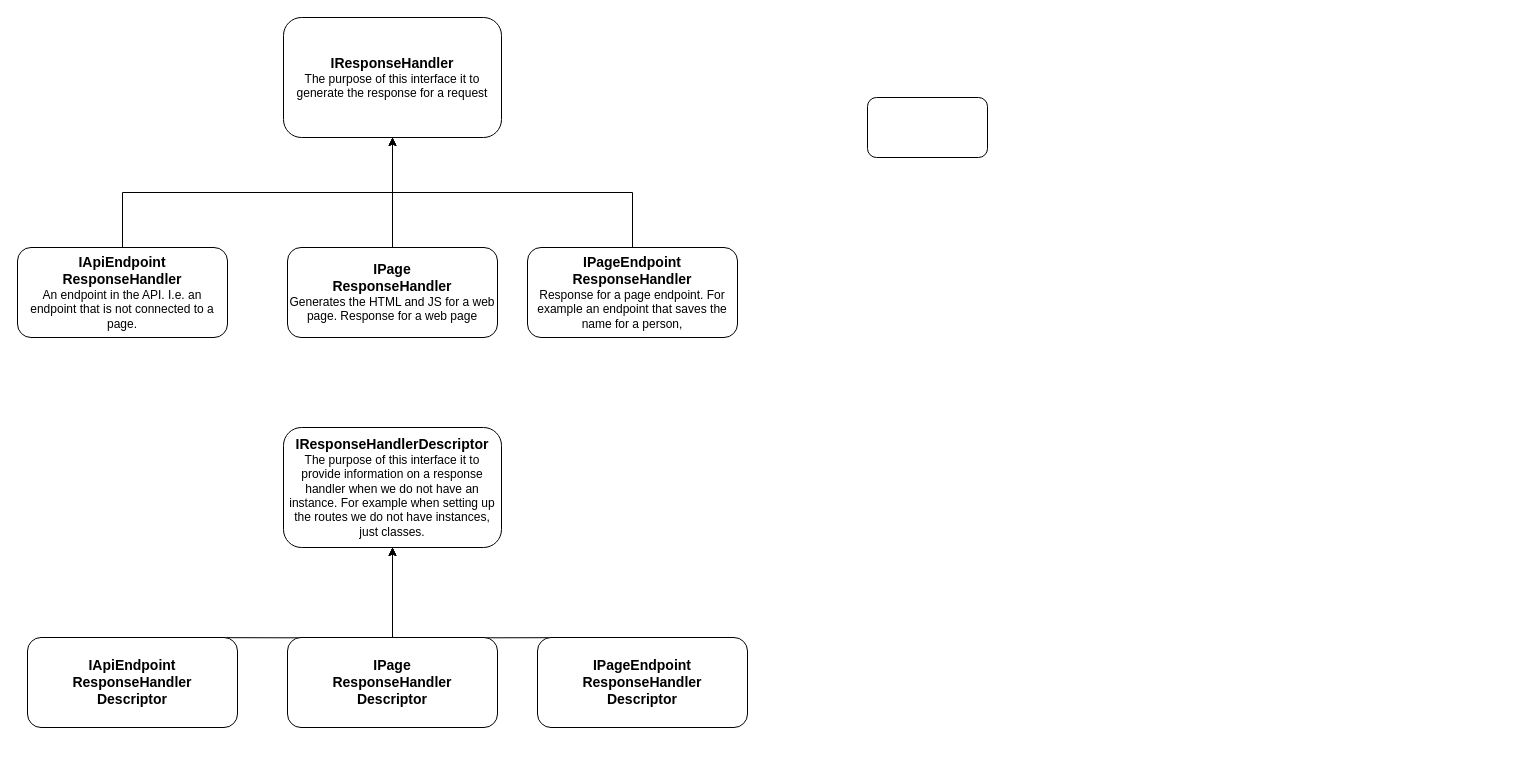
Before: diagram.drawio in Schinzel/web-blocks, a draw.io diagram. Source tidied: cells renumbered, new cells numbered last; positions are measured from the earlier drawing's top-left corner, leaving out a move shared by most shapes. Both pictures are drawn from the tidied source at 100%, with x=0, y=0 at pixel (17, 17).
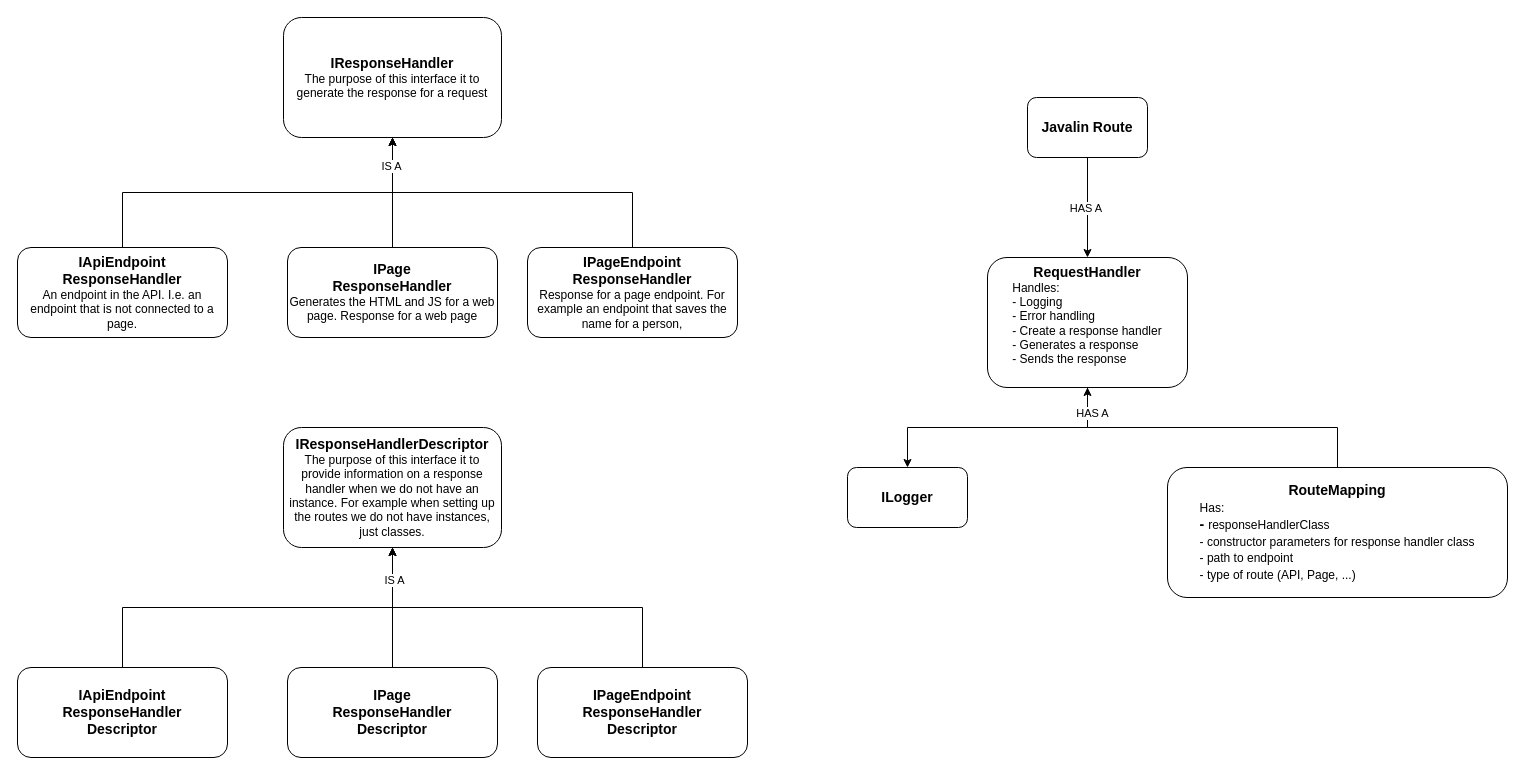
The same diagram, later.

The change refers to these unchanged cells:
```xml
<mxCell id="7" style="edgeStyle=orthogonalEdgeStyle;rounded=0;jettySize=auto;html=1;exitX=0.5;exitY=0;exitDx=0;exitDy=0;entryX=0.5;entryY=1;entryDx=0;entryDy=0;" parent="1" edge="1" source="8" target="2">
  <mxGeometry relative="1" as="geometry" />
</mxCell>
<mxCell id="9" value="&lt;b&gt;&lt;font style=&quot;font-size: 14px;&quot;&gt;IResponseHandlerDescriptor&lt;/font&gt;&lt;/b&gt;&lt;br&gt;The purpose of this interface it to provide information on a response handler when we do not have an instance. For example when setting up the routes we do not have instances, just classes." style="rounded=1;whiteSpace=wrap;html=1;" parent="1" vertex="1">
  <mxGeometry x="266" y="410" width="218" height="120" as="geometry" />
</mxCell>
```

The edit, as a diff of the source:
```diff
@@
+    <mxCell id="17" value="IS A" style="edgeLabel;html=1;align=center;verticalAlign=middle;" parent="7" vertex="1">
+      <mxGeometry x="0.85" y="2" relative="1" as="geometry" />
+    </mxCell>
@@
-    <mxCell id="10" style="edgeStyle=orthogonalEdgeStyle;rounded=0;jettySize=auto;html=1;exitX=0.5;exitY=0;exitDx=0;exitDy=0;entryX=0.5;entryY=1;entryDx=0;entryDy=0;" parent="1" edge="1" target="9">
-      <mxGeometry relative="1" as="geometry">
-        <mxPoint x="123" y="620" as="sourcePoint" />
-      </mxGeometry>
-    </mxCell>
+    <mxCell id="18" style="edgeStyle=orthogonalEdgeStyle;rounded=0;jettySize=auto;html=1;exitX=0.5;exitY=0;exitDx=0;exitDy=0;entryX=0.5;entryY=1;entryDx=0;entryDy=0;" parent="1" edge="1" source="11" target="9">
+      <mxGeometry relative="1" as="geometry" />
+    </mxCell>
     <mxCell id="11" value="&lt;font style=&quot;font-size: 14px;&quot;&gt;&lt;b&gt;IApiEndpoint&lt;br&gt;ResponseHandler&lt;br&gt;&lt;/b&gt;&lt;/font&gt;&lt;font style=&quot;font-size: 14px;&quot;&gt;&lt;b&gt;Descriptor&lt;/b&gt;&lt;/font&gt;&lt;br&gt;" style="rounded=1;whiteSpace=wrap;html=1;" parent="1" vertex="1">
-      <mxGeometry x="10" y="620" width="210" height="90" as="geometry" />
+      <mxGeometry y="650" width="210" height="90" as="geometry" />
     </mxCell>
-    <mxCell id="12" style="edgeStyle=orthogonalEdgeStyle;rounded=0;jettySize=auto;html=1;exitX=0.5;exitY=0;exitDx=0;exitDy=0;entryX=0.5;entryY=1;entryDx=0;entryDy=0;" parent="1" edge="1" target="9">
-      <mxGeometry relative="1" as="geometry">
-        <mxPoint x="623" y="620" as="sourcePoint" />
-      </mxGeometry>
-    </mxCell>
+    <mxCell id="19" style="edgeStyle=orthogonalEdgeStyle;rounded=0;jettySize=auto;html=1;exitX=0.5;exitY=0;exitDx=0;exitDy=0;entryX=0.5;entryY=1;entryDx=0;entryDy=0;" parent="1" edge="1" source="13" target="9">
+      <mxGeometry relative="1" as="geometry" />
+    </mxCell>
     <mxCell id="13" value="&lt;font style=&quot;font-size: 14px;&quot;&gt;&lt;b&gt;IPageEndpoint&lt;br&gt;ResponseHandler &lt;br&gt;Descriptor&lt;/b&gt;&lt;/font&gt;&lt;br&gt;" style="rounded=1;whiteSpace=wrap;html=1;" parent="1" vertex="1">
-      <mxGeometry x="520" y="620" width="210" height="90" as="geometry" />
+      <mxGeometry x="520" y="650" width="210" height="90" as="geometry" />
     </mxCell>
-    <mxCell id="14" style="edgeStyle=orthogonalEdgeStyle;rounded=0;jettySize=auto;html=1;exitX=0.5;exitY=0;exitDx=0;exitDy=0;entryX=0.5;entryY=1;entryDx=0;entryDy=0;" parent="1" edge="1" source="15" target="9">
+    <mxCell id="14" style="edgeStyle=orthogonalEdgeStyle;rounded=0;jettySize=auto;html=1;exitX=0.5;exitY=0;exitDx=0;exitDy=0;" parent="1" edge="1" source="15" target="9">
       <mxGeometry relative="1" as="geometry" />
     </mxCell>
+    <mxCell id="20" value="IS A" style="edgeLabel;html=1;align=center;verticalAlign=middle;" parent="14" vertex="1">
+      <mxGeometry x="0.47" y="-1" relative="1" as="geometry" />
+    </mxCell>
     <mxCell id="15" value="&lt;font style=&quot;font-size: 14px;&quot;&gt;&lt;b&gt;IPage&lt;br&gt;ResponseHandler&lt;br&gt;Descriptor&lt;/b&gt;&lt;/font&gt;&lt;br&gt;" style="rounded=1;whiteSpace=wrap;html=1;" parent="1" vertex="1">
-      <mxGeometry x="270" y="620" width="210" height="90" as="geometry" />
+      <mxGeometry x="270" y="650" width="210" height="90" as="geometry" />
     </mxCell>
+    <mxCell id="21" style="edgeStyle=orthogonalEdgeStyle;rounded=0;jettySize=auto;html=1;exitX=0.5;exitY=1;exitDx=0;exitDy=0;entryX=0.5;entryY=0;entryDx=0;entryDy=0;" parent="1" edge="1" source="16" target="24">
+      <mxGeometry relative="1" as="geometry" />
+    </mxCell>
+    <mxCell id="22" value="HAS A&amp;nbsp;" style="edgeLabel;html=1;align=center;verticalAlign=middle;" parent="21" vertex="1">
+      <mxGeometry x="-0.01" y="-1" relative="1" as="geometry" />
+    </mxCell>
-    <mxCell id="16" style="rounded=1;whiteSpace=wrap;html=1;" parent="1" vertex="1">
-      <mxGeometry x="850" y="80" width="120" height="60" as="geometry" />
+    <mxCell id="16" value="&lt;b&gt;&lt;font style=&quot;font-size: 14px;&quot;&gt;Javalin Route&lt;/font&gt;&lt;/b&gt;" style="rounded=1;whiteSpace=wrap;html=1;" parent="1" vertex="1">
+      <mxGeometry x="1010" y="80" width="120" height="60" as="geometry" />
     </mxCell>
+    <mxCell id="23" style="edgeStyle=orthogonalEdgeStyle;rounded=0;jettySize=auto;html=1;exitX=0.5;exitY=1;exitDx=0;exitDy=0;entryX=0.5;entryY=0;entryDx=0;entryDy=0;" parent="1" edge="1" source="24" target="25">
+      <mxGeometry relative="1" as="geometry" />
+    </mxCell>
+    <mxCell id="24" value="&lt;b&gt;&lt;font style=&quot;font-size: 14px;&quot;&gt;RequestHandler&lt;/font&gt;&lt;/b&gt;&lt;br&gt;&lt;div style=&quot;text-align: left;&quot;&gt;&lt;span style=&quot;background-color: initial;&quot;&gt;Handles:&lt;/span&gt;&lt;/div&gt;&lt;div style=&quot;text-align: left;&quot;&gt;&lt;span style=&quot;background-color: initial;&quot;&gt;- Logging&lt;/span&gt;&lt;/div&gt;&lt;div style=&quot;text-align: left;&quot;&gt;&lt;span style=&quot;background-color: initial;&quot;&gt;- Error handling&lt;/span&gt;&lt;/div&gt;&lt;div style=&quot;text-align: left;&quot;&gt;&lt;span style=&quot;background-color: initial;&quot;&gt;- Create a response handler&lt;/span&gt;&lt;/div&gt;&lt;div style=&quot;text-align: left;&quot;&gt;&lt;span style=&quot;background-color: initial;&quot;&gt;- Generates a response&lt;/span&gt;&lt;/div&gt;&lt;div style=&quot;text-align: left;&quot;&gt;&lt;span style=&quot;background-color: initial;&quot;&gt;- Sends the response&lt;/span&gt;&lt;/div&gt;&lt;div style=&quot;text-align: left;&quot;&gt;&lt;br&gt;&lt;/div&gt;" style="rounded=1;whiteSpace=wrap;html=1;" parent="1" vertex="1">
+      <mxGeometry x="970" y="240" width="200" height="130" as="geometry" />
+    </mxCell>
+    <mxCell id="25" value="&lt;b&gt;&lt;font style=&quot;font-size: 14px;&quot;&gt;ILogger&lt;/font&gt;&lt;/b&gt;" style="rounded=1;whiteSpace=wrap;html=1;" parent="1" vertex="1">
+      <mxGeometry x="830" y="450" width="120" height="60" as="geometry" />
+    </mxCell>
+    <mxCell id="26" style="edgeStyle=orthogonalEdgeStyle;rounded=0;jettySize=auto;html=1;exitX=0.5;exitY=0;exitDx=0;exitDy=0;" parent="1" edge="1" source="28" target="24">
+      <mxGeometry relative="1" as="geometry" />
+    </mxCell>
+    <mxCell id="27" value="HAS A" style="edgeLabel;html=1;align=center;verticalAlign=middle;" parent="26" vertex="1">
+      <mxGeometry x="0.85" y="-4" relative="1" as="geometry" />
+    </mxCell>
+    <mxCell id="28" value="&lt;font style=&quot;font-size: 14px;&quot;&gt;&lt;b&gt;RouteMapping&lt;/b&gt;&lt;br&gt;&lt;div style=&quot;text-align: left;&quot;&gt;&lt;span style=&quot;background-color: initial; font-size: 12px;&quot;&gt;Has:&lt;/span&gt;&lt;/div&gt;&lt;div style=&quot;font-weight: bold; text-align: left;&quot;&gt;&lt;b style=&quot;background-color: initial; font-size: 12px;&quot;&gt;&lt;font style=&quot;font-size: 14px;&quot;&gt;-&amp;nbsp;&lt;/font&gt;&lt;/b&gt;&lt;span style=&quot;background-color: initial; font-size: 12px; font-weight: normal;&quot;&gt;responseHandlerClass&lt;/span&gt;&lt;/div&gt;&lt;div style=&quot;font-weight: bold; text-align: left;&quot;&gt;&lt;span style=&quot;background-color: initial; font-size: 12px; font-weight: normal;&quot;&gt;- constructor parameters for response handler class&lt;/span&gt;&lt;/div&gt;&lt;div style=&quot;font-weight: bold; text-align: left;&quot;&gt;&lt;span style=&quot;background-color: initial; font-size: 12px; font-weight: normal;&quot;&gt;- path to endpoint&lt;/span&gt;&lt;/div&gt;&lt;div style=&quot;font-weight: bold; text-align: left;&quot;&gt;&lt;span style=&quot;background-color: initial; font-size: 12px; font-weight: normal;&quot;&gt;- type of route (API, Page, ...)&lt;/span&gt;&lt;/div&gt;&lt;/font&gt;" style="rounded=1;whiteSpace=wrap;html=1;" parent="1" vertex="1">
+      <mxGeometry x="1150" y="450" width="340" height="130" as="geometry" />
+    </mxCell>
```
